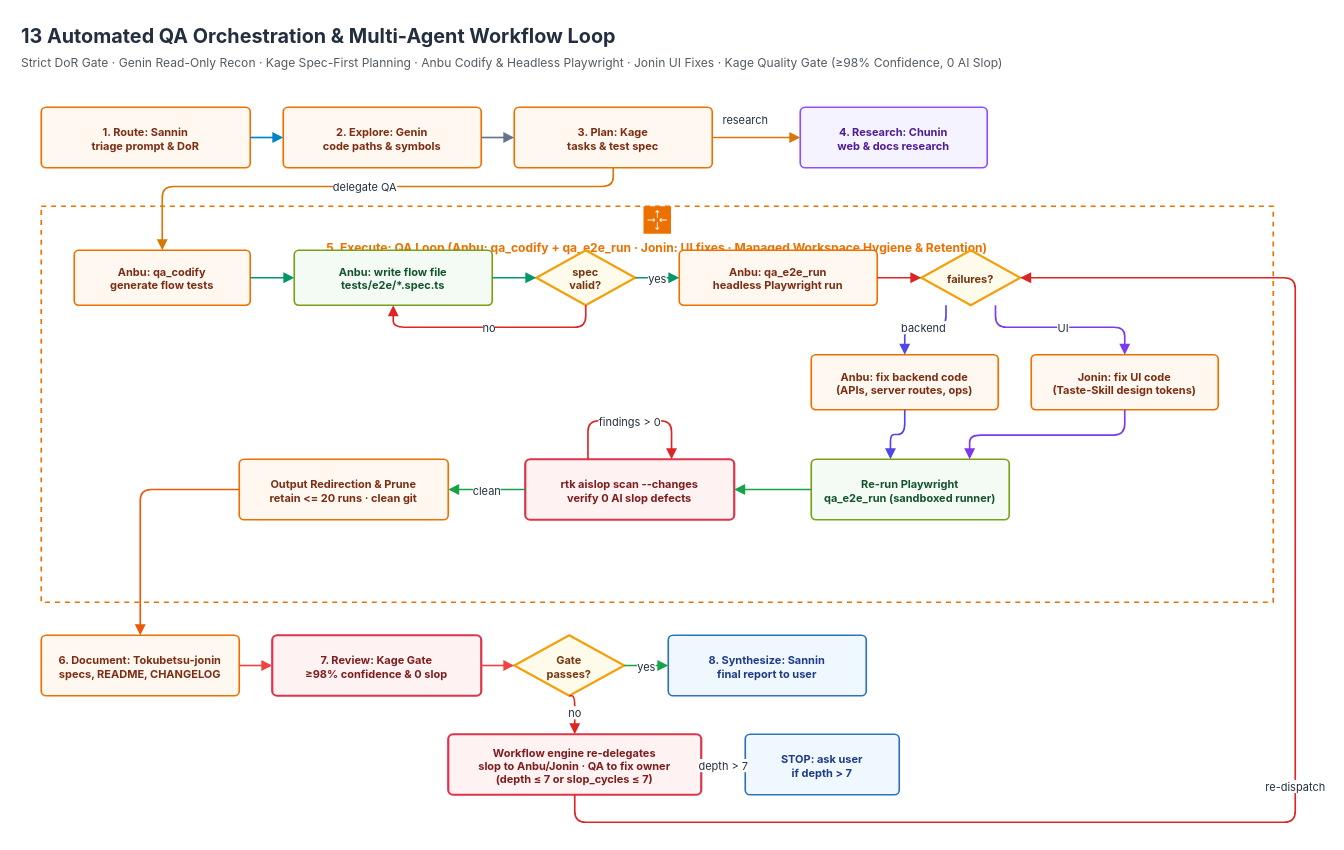
andycungkrinx91/konoha keeps this draw.io diagram as page "13 QA Automation Workflow" (13 of 18) of docs/diagrams/konoha-infrastructure-architecture.drawio. Above is the earlier version. Source tidied: cells renumbered, new cells numbered last; positions are measured from the earlier drawing's top-left corner, leaving out a move shared by most shapes. Both pictures are drawn from the tidied source at 110%, with x=0, y=0 at pixel (19, 19).
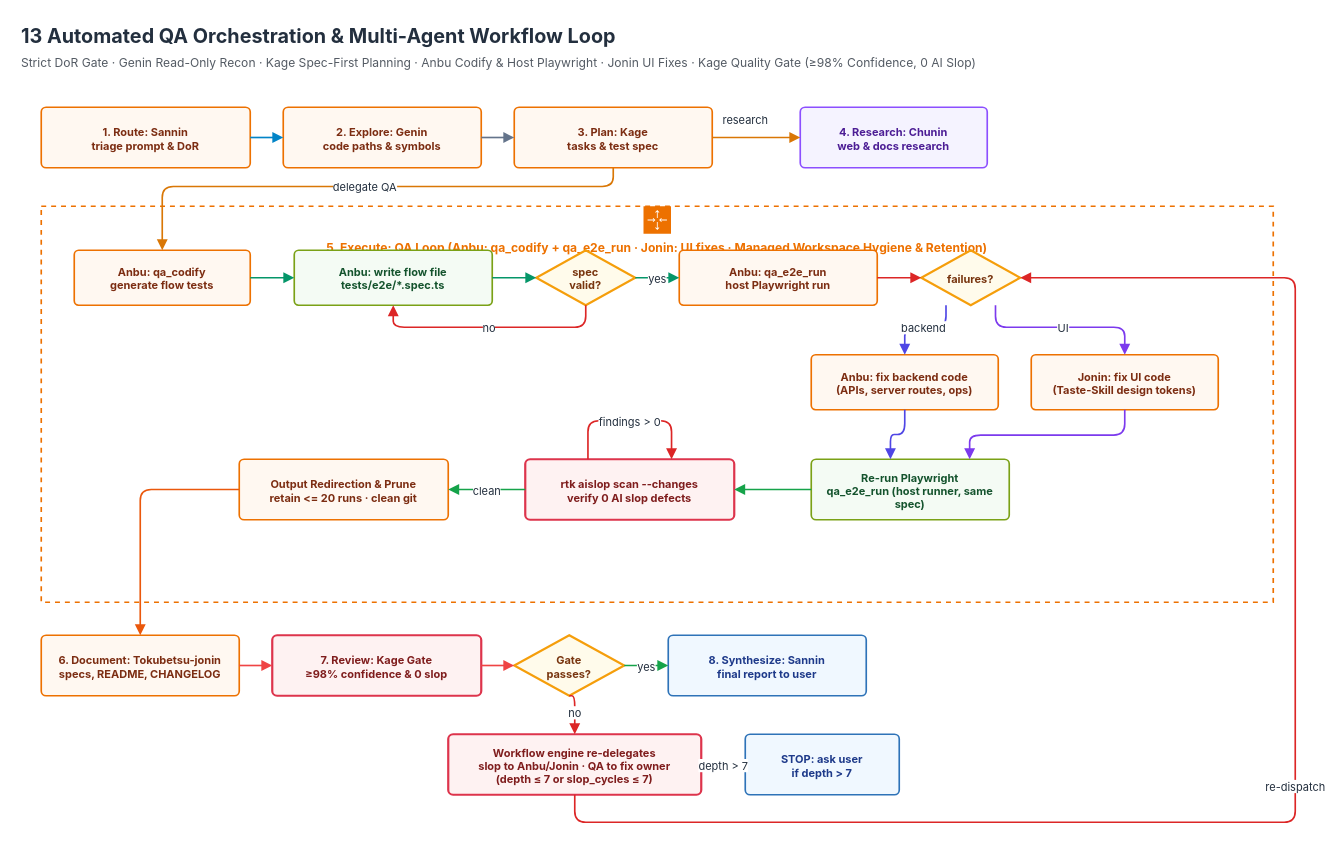
The same diagram, later.

Commit message (it also covers changes not shown here):
docs(diagrams): retire the last live-Docker QA claim

What changed in the source:
```diff
@@
-    <mxCell id="3" value="Strict DoR Gate · Genin Read-Only Recon · Kage Spec-First Planning · Anbu Codify &amp; Headless Playwright · Jonin UI Fixes · Kage Quality Gate (≥98% Confidence, 0 AI Slop)" style="text;html=1;strokeColor=none;fillColor=none;fontFamily=Inter, system-ui, -apple-system;fontSize=11;fontStyle=0;fontColor=#545B64;align=left;verticalAlign=middle;" parent="1" vertex="1">
+    <mxCell id="3" value="Strict DoR Gate · Genin Read-Only Recon · Kage Spec-First Planning · Anbu Codify &amp; Host Playwright · Jonin UI Fixes · Kage Quality Gate (≥98% Confidence, 0 AI Slop)" style="text;html=1;strokeColor=none;fillColor=none;fontFamily=Inter, system-ui, -apple-system;fontSize=11;fontStyle=0;fontColor=#545B64;align=left;verticalAlign=middle;" parent="1" vertex="1">
       <mxGeometry y="30" width="1000" height="20" as="geometry" />
     </mxCell>
@@
-    <mxCell id="12" value="Anbu: qa_e2e_run&#10;headless Playwright run" style="rounded=1;arcSize=8;html=1;whiteSpace=wrap;fillColor=#FFF8F1;strokeColor=#ED7100;strokeWidth=1.5;fontFamily=Inter, system-ui, -apple-system;fontSize=10;fontColor=#7C2D12;fontStyle=1;shadow=0;agent=anbu;" parent="1" vertex="1">
+    <mxCell id="12" value="Anbu: qa_e2e_run&#10;host Playwright run" style="rounded=1;arcSize=8;html=1;whiteSpace=wrap;fillColor=#FFF8F1;strokeColor=#ED7100;strokeWidth=1.5;fontFamily=Inter, system-ui, -apple-system;fontSize=10;fontColor=#7C2D12;fontStyle=1;shadow=0;agent=anbu;" parent="1" vertex="1">
       <mxGeometry x="600" y="210" width="180" height="50" as="geometry" />
     </mxCell>
@@
-    <mxCell id="16" value="Re-run Playwright&#10;qa_e2e_run (sandboxed runner)" style="rounded=1;arcSize=8;html=1;whiteSpace=wrap;fillColor=#F4FBF4;strokeColor=#7AA116;strokeWidth=1.5;fontFamily=Inter, system-ui, -apple-system;fontSize=10;fontColor=#14532D;fontStyle=1;shadow=0;agent=anbu;" parent="1" vertex="1">
+    <mxCell id="16" value="Re-run Playwright&#10;qa_e2e_run (host runner, same spec)" style="rounded=1;arcSize=8;html=1;whiteSpace=wrap;fillColor=#F4FBF4;strokeColor=#7AA116;strokeWidth=1.5;fontFamily=Inter, system-ui, -apple-system;fontSize=10;fontColor=#14532D;fontStyle=1;shadow=0;agent=anbu;" parent="1" vertex="1">
       <mxGeometry x="720" y="400" width="180" height="55" as="geometry" />
     </mxCell>
```
